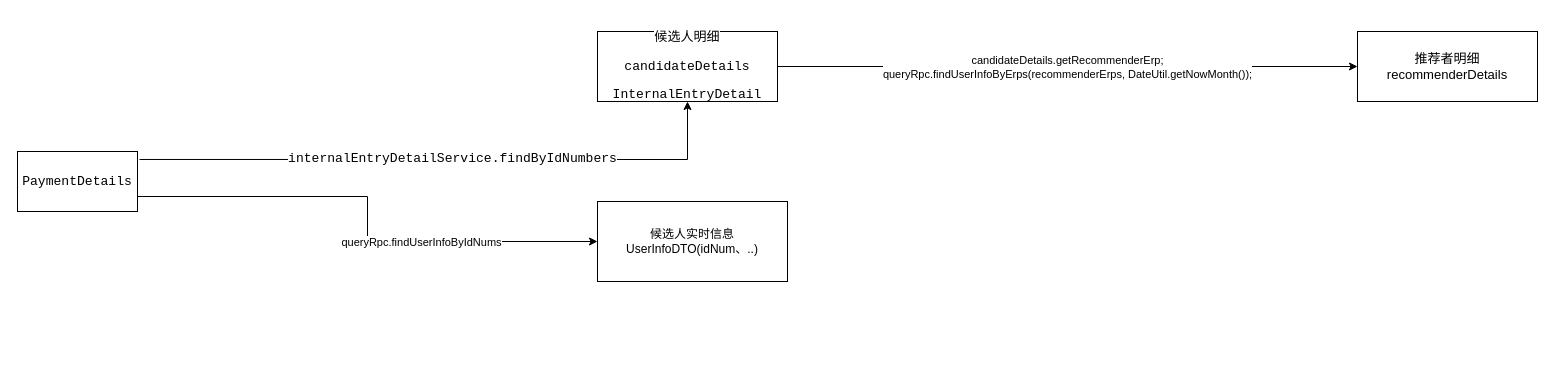
This is Untitled Diagram.drawio from A-Rivi/git-demo, a draw.io file, before an edit. Source tidied: cells renumbered, new cells numbered last; positions are measured from the earlier drawing's top-left corner, leaving out a move shared by most shapes. Both pictures are drawn from the tidied source at 100%, with x=0, y=0 at pixel (17, 31).
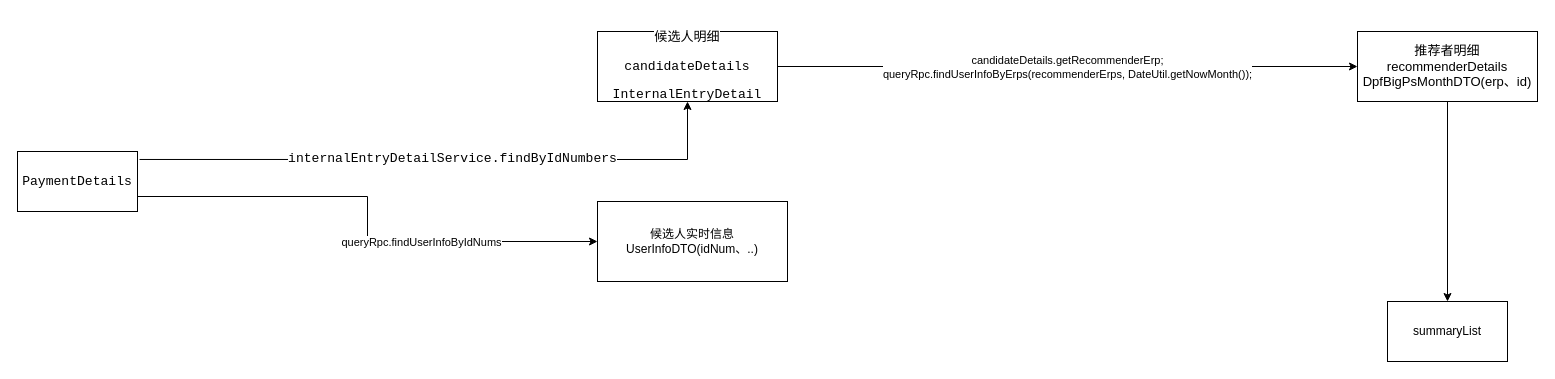
The same diagram, later.

Diff of the diagram source:
```diff
@@
 <mxGraphModel>
   <root>
     <mxCell id="0" />
     <mxCell id="1" parent="0" />
     <mxCell id="2" style="edgeStyle=orthogonalEdgeStyle;rounded=0;jettySize=auto;html=1;exitX=1.017;exitY=0.133;exitDx=0;exitDy=0;exitPerimeter=0;" parent="1" edge="1" source="6" target="9">
       <mxGeometry relative="1" as="geometry" />
     </mxCell>
     <mxCell id="3" value="&lt;span style=&quot;font-family: &amp;#34;jetbrains mono&amp;#34; , monospace ; font-size: 9.8pt&quot;&gt;internalEntryDetailService&lt;/span&gt;&lt;span style=&quot;font-family: &amp;#34;jetbrains mono&amp;#34; , monospace ; font-size: 9.8pt&quot;&gt;.findByIdNumbers&lt;/span&gt;" style="edgeLabel;html=1;align=center;verticalAlign=middle;labelBackgroundColor=#FFFFFF;fontColor=#000000;" parent="2" vertex="1">
       <mxGeometry x="0.03" y="1" relative="1" as="geometry" />
     </mxCell>
     <mxCell id="4" style="edgeStyle=orthogonalEdgeStyle;rounded=0;jettySize=auto;html=1;exitX=1;exitY=0.75;exitDx=0;exitDy=0;entryX=0;entryY=0.5;entryDx=0;entryDy=0;fontColor=#000000;" parent="1" edge="1" source="6" target="10">
       <mxGeometry relative="1" as="geometry" />
     </mxCell>
     <mxCell id="5" value="queryRpc.findUserInfoByIdNums" style="edgeLabel;html=1;align=center;verticalAlign=middle;fontColor=#000000;" parent="4" vertex="1">
       <mxGeometry x="0.69" y="2" relative="1" as="geometry">
         <mxPoint x="-99" y="2" as="offset" />
       </mxGeometry>
     </mxCell>
     <mxCell id="6" value="&lt;pre style=&quot;font-family: &amp;quot;jetbrains mono&amp;quot;, monospace; font-size: 9.8pt;&quot;&gt;&lt;pre style=&quot;font-family: &amp;quot;jetbrains mono&amp;quot; , monospace ; font-size: 9.8pt&quot;&gt;PaymentDetails&lt;/pre&gt;&lt;/pre&gt;" style="rounded=0;whiteSpace=wrap;html=1;labelBackgroundColor=#FFFFFF;fontColor=#000000;" parent="1" vertex="1">
       <mxGeometry y="120" width="120" height="60" as="geometry" />
     </mxCell>
     <mxCell id="7" style="edgeStyle=orthogonalEdgeStyle;rounded=0;jettySize=auto;html=1;fontColor=#000000;" parent="1" edge="1" source="9" target="11">
       <mxGeometry relative="1" as="geometry" />
     </mxCell>
     <mxCell id="8" value="&lt;span style=&quot;font-size: 11px&quot;&gt;candidateDetails.getRecommenderErp;&lt;/span&gt;&lt;br&gt;queryRpc.findUserInfoByErps(recommenderErps, DateUtil.getNowMonth());" style="edgeLabel;html=1;align=center;verticalAlign=middle;fontColor=#000000;" parent="7" vertex="1">
       <mxGeometry x="0.43" y="1" relative="1" as="geometry">
         <mxPoint x="-126" y="1" as="offset" />
       </mxGeometry>
     </mxCell>
     <mxCell id="9" value="&lt;pre style=&quot;font-family: &amp;#34;jetbrains mono&amp;#34; , monospace ; font-size: 9.8pt&quot;&gt;&lt;span style=&quot;background-color: rgb(255 , 255 , 255)&quot;&gt;候选人明细&lt;/span&gt;&lt;/pre&gt;&lt;font face=&quot;jetbrains mono, monospace&quot;&gt;&lt;span style=&quot;font-size: 13.0667px&quot;&gt;candidateDetails&lt;/span&gt;&lt;/font&gt;&lt;pre style=&quot;font-family: &amp;#34;jetbrains mono&amp;#34; , monospace ; font-size: 9.8pt&quot;&gt;InternalEntryDetail&lt;/pre&gt;" style="whiteSpace=wrap;html=1;rounded=0;" parent="1" vertex="1">
       <mxGeometry x="580" width="180" height="70" as="geometry" />
     </mxCell>
     <mxCell id="10" value="候选人实时信息&lt;br&gt;UserInfoDTO(idNum、..)" style="whiteSpace=wrap;html=1;rounded=0;" parent="1" vertex="1">
       <mxGeometry x="580" y="170" width="190" height="80" as="geometry" />
     </mxCell>
+    <mxCell id="12" style="edgeStyle=orthogonalEdgeStyle;rounded=0;jettySize=auto;html=1;fontColor=#000000;" parent="1" edge="1" source="11" target="13">
+      <mxGeometry relative="1" as="geometry" />
+    </mxCell>
-    <mxCell id="11" value="&lt;span style=&quot;font-size: 13.0667px&quot;&gt;推荐者明细&lt;br&gt;recommenderDetails&lt;/span&gt;" style="whiteSpace=wrap;html=1;rounded=0;" parent="1" vertex="1">
+    <mxCell id="11" value="&lt;span style=&quot;font-size: 13.0667px&quot;&gt;推荐者明细&lt;/span&gt;&lt;br&gt;&lt;span style=&quot;font-size: 13.0667px&quot;&gt;recommenderDetails&lt;/span&gt;&lt;br&gt;&lt;span style=&quot;font-size: 13.0667px&quot;&gt;DpfBigPsMonthDTO(erp、id)&lt;/span&gt;" style="whiteSpace=wrap;html=1;rounded=0;" parent="1" vertex="1">
       <mxGeometry x="1340" width="180" height="70" as="geometry" />
     </mxCell>
+    <mxCell id="13" value="summaryList" style="rounded=0;whiteSpace=wrap;html=1;labelBackgroundColor=#FFFFFF;fontColor=#000000;" parent="1" vertex="1">
+      <mxGeometry x="1370" y="270" width="120" height="60" as="geometry" />
+    </mxCell>
   </root>
 </mxGraphModel>
```
